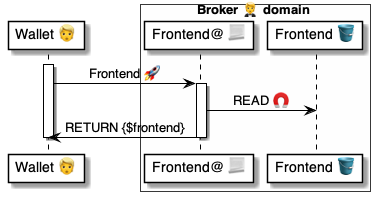
Earlier version of the PlantUML export 4 ⚙️ Solution/20 🧑‍🦰 UI/Brokers 🤵/🤵🅰️ Broker methods/Wallets 🧑‍🦰 Frontend 🧑‍🦰🚀🤵/🤵 Frontend ⚙️ uml.png (pollyweb-org/pollyweb-docs). Its source is kept beside it as 4 ⚙️ Solution/20 🧑‍🦰 UI/Brokers 🤵/🤵🅰️ Broker methods/Wallets 🧑‍🦰 Frontend 🧑‍🦰🚀🤵/🤵 Frontend ⚙️ uml.puml. Source of this version:
```plantuml
@startuml Binds@Broker


participant "Wallet 👱" as wallet

box Broker 🤵 domain #FFFFFA
    participant "Frontend@ 📃" as broker
    participant "Frontend 🪣" as frontend
end box

activate wallet
wallet -> broker: Frontend 🚀

    activate broker
        broker -> frontend: READ 🧲
        broker -> wallet: RETURN {$frontend}
    deactivate broker

deactivate wallet

@enduml
```
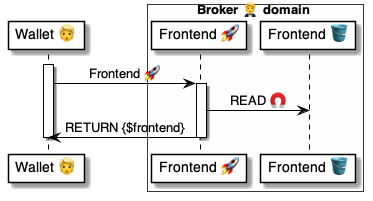
After the commit.

What changed in the source:
```diff
@@ -4,7 +4,7 @@
 participant "Wallet 👱" as wallet
 
 box Broker 🤵 domain #FFFFFA
-    participant "Frontend@ 📃" as broker
+    participant "Frontend 🚀" as broker
     participant "Frontend 🪣" as frontend
 end box
 
```
